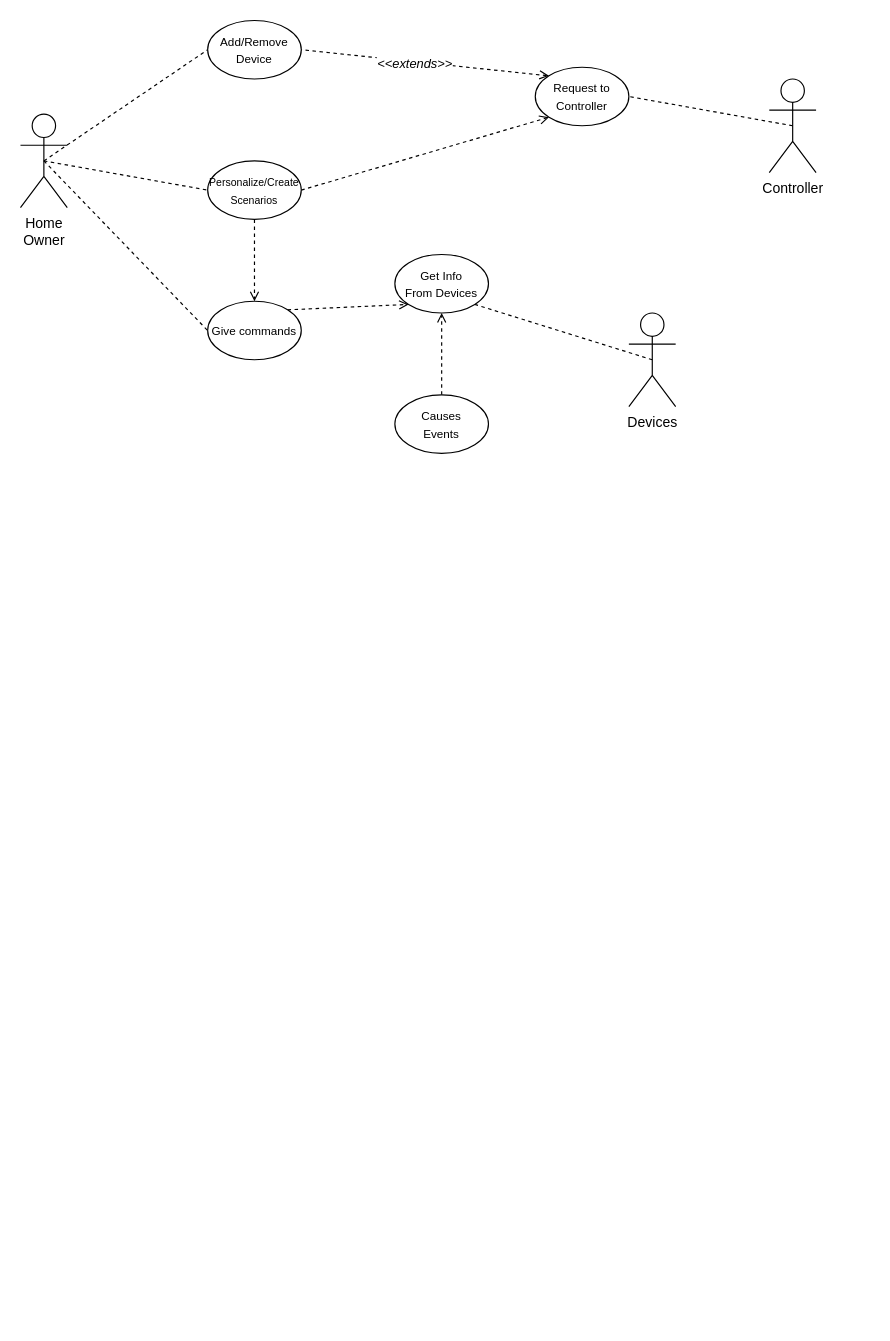
BoredDam/smart_home keeps this draw.io diagram as uml/usecasediagram.drawio. Above is the earlier version. Source tidied: cells renumbered, new cells numbered last; positions are measured from the earlier drawing's top-left corner, leaving out a move shared by most shapes. Both pictures are drawn from the tidied source at 117%, with x=0, y=0 at pixel (20, 20).
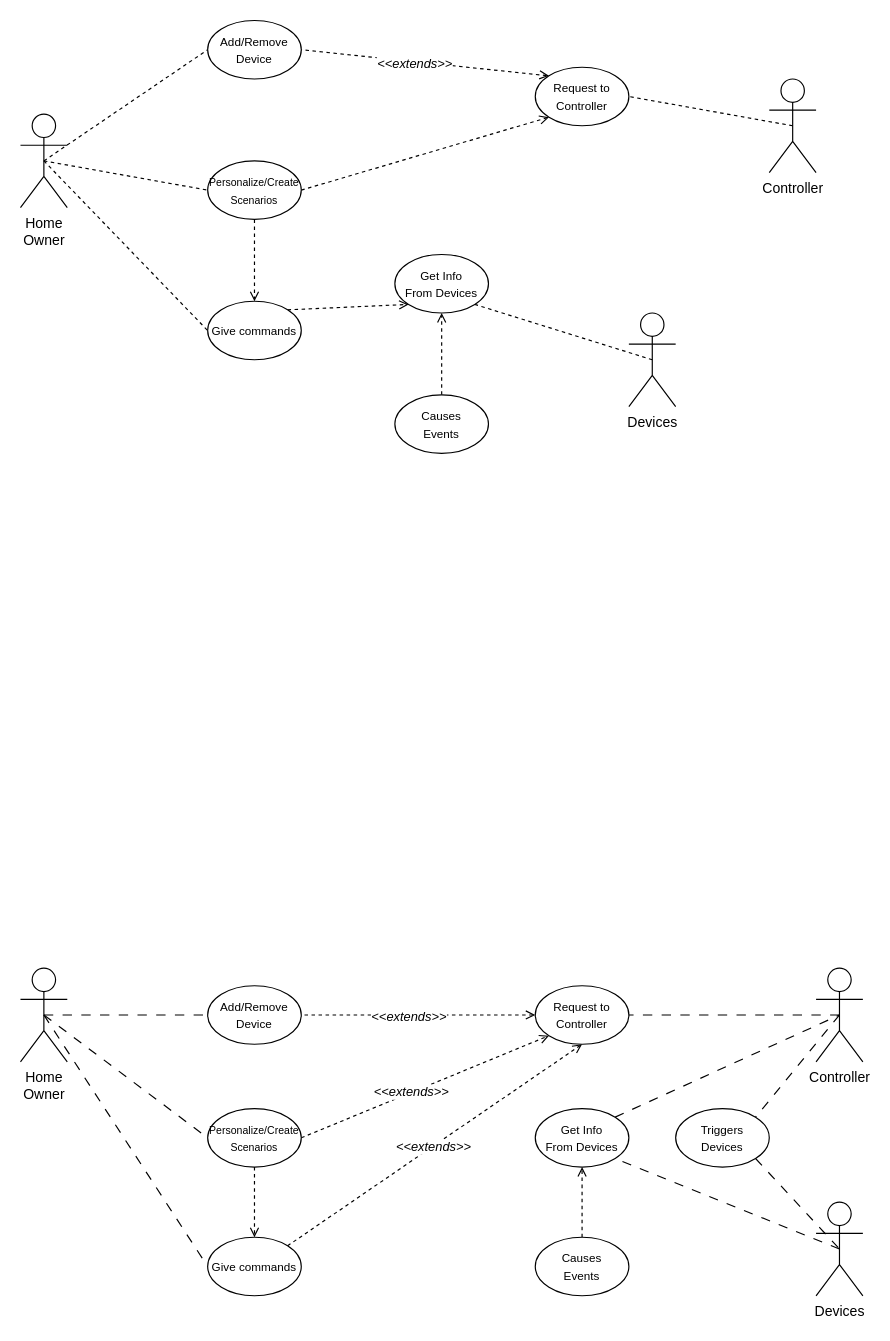
After the change.

Change to the diagram source:
```diff
@@
+    <mxCell id="22" style="rounded=0;jettySize=auto;html=1;exitX=0.5;exitY=0.5;exitDx=0;exitDy=0;exitPerimeter=0;entryX=0;entryY=0.5;entryDx=0;entryDy=0;endArrow=none;startFill=0;dashed=1;endFill=0;dashPattern=8 8;" parent="1" edge="1" source="23" target="29">
+      <mxGeometry relative="1" as="geometry" />
+    </mxCell>
+    <mxCell id="23" value="Home&lt;div&gt;Owner&lt;/div&gt;" style="shape=umlActor;verticalLabelPosition=bottom;verticalAlign=top;html=1;outlineConnect=0;" parent="1" vertex="1">
+      <mxGeometry y="810" width="40" height="80" as="geometry" />
+    </mxCell>
+    <mxCell id="24" style="rounded=0;jettySize=auto;html=1;exitX=0.5;exitY=0.5;exitDx=0;exitDy=0;exitPerimeter=0;entryX=1;entryY=0.5;entryDx=0;entryDy=0;endArrow=none;startFill=0;dashed=1;dashPattern=8 8;" parent="1" edge="1" source="26" target="41">
+      <mxGeometry relative="1" as="geometry" />
+    </mxCell>
+    <mxCell id="25" style="rounded=0;jettySize=auto;html=1;exitX=0.5;exitY=0.5;exitDx=0;exitDy=0;exitPerimeter=0;entryX=1;entryY=0;entryDx=0;entryDy=0;endArrow=none;startFill=0;dashed=1;dashPattern=8 8;" parent="1" edge="1" source="26" target="46">
+      <mxGeometry relative="1" as="geometry" />
+    </mxCell>
+    <mxCell id="26" value="Controller" style="shape=umlActor;verticalLabelPosition=bottom;verticalAlign=top;html=1;outlineConnect=0;" parent="1" vertex="1">
+      <mxGeometry x="680" y="810" width="40" height="80" as="geometry" />
+    </mxCell>
+    <mxCell id="27" style="rounded=0;jettySize=auto;html=1;exitX=0.5;exitY=0.5;exitDx=0;exitDy=0;exitPerimeter=0;entryX=1;entryY=1;entryDx=0;entryDy=0;dashed=1;endArrow=none;startFill=0;dashPattern=8 8;" parent="1" edge="1" source="28" target="42">
+      <mxGeometry relative="1" as="geometry" />
+    </mxCell>
+    <mxCell id="28" value="Devices" style="shape=umlActor;verticalLabelPosition=bottom;verticalAlign=top;html=1;outlineConnect=0;" parent="1" vertex="1">
+      <mxGeometry x="680" y="1010" width="40" height="80" as="geometry" />
+    </mxCell>
+    <mxCell id="29" value="&lt;font style=&quot;font-size: 10px;&quot;&gt;Add/Remove&lt;/font&gt;&lt;div&gt;&lt;font style=&quot;font-size: 10px;&quot;&gt;Device&lt;/font&gt;&lt;/div&gt;" style="ellipse;whiteSpace=wrap;html=1;" parent="1" vertex="1">
+      <mxGeometry x="160" y="825" width="80" height="50" as="geometry" />
+    </mxCell>
+    <mxCell id="30" style="rounded=0;jettySize=auto;html=1;entryX=0;entryY=0.5;entryDx=0;entryDy=0;endArrow=none;startFill=0;dashed=1;exitX=0.5;exitY=0.5;exitDx=0;exitDy=0;exitPerimeter=0;dashPattern=8 8;" parent="1" edge="1" source="23" target="34">
+      <mxGeometry relative="1" as="geometry" />
+    </mxCell>
+    <mxCell id="31" style="edgeStyle=orthogonalEdgeStyle;rounded=0;jettySize=auto;html=1;exitX=0.5;exitY=1;exitDx=0;exitDy=0;entryX=0.5;entryY=0;entryDx=0;entryDy=0;dashed=1;endArrow=open;endFill=0;" parent="1" edge="1" source="34" target="38">
+      <mxGeometry relative="1" as="geometry" />
+    </mxCell>
+    <mxCell id="32" style="rounded=0;jettySize=auto;html=1;exitX=1;exitY=0.5;exitDx=0;exitDy=0;entryX=0;entryY=1;entryDx=0;entryDy=0;dashed=1;endArrow=open;endFill=0;" parent="1" edge="1" source="34" target="41">
+      <mxGeometry relative="1" as="geometry" />
+    </mxCell>
+    <mxCell id="33" value="&lt;i&gt;&amp;lt;&amp;lt;extends&amp;gt;&amp;gt;&lt;/i&gt;" style="edgeLabel;html=1;align=center;verticalAlign=middle;" parent="32" vertex="1">
+      <mxGeometry x="-0.11" y="1" relative="1" as="geometry" />
+    </mxCell>
+    <mxCell id="34" value="&lt;font style=&quot;font-size: 9px;&quot;&gt;&lt;font style=&quot;&quot;&gt;Personalize/&lt;/font&gt;&lt;span style=&quot;background-color: transparent; color: light-dark(rgb(0, 0, 0), rgb(255, 255, 255));&quot;&gt;Create&lt;/span&gt;&lt;/font&gt;&lt;div&gt;&lt;font style=&quot;font-size: 9px;&quot;&gt;Scenarios&lt;/font&gt;&lt;/div&gt;" style="ellipse;whiteSpace=wrap;html=1;" parent="1" vertex="1">
+      <mxGeometry x="160" y="930" width="80" height="50" as="geometry" />
+    </mxCell>
+    <mxCell id="35" style="rounded=0;jettySize=auto;html=1;entryX=0;entryY=0.5;entryDx=0;entryDy=0;endArrow=none;startFill=0;dashed=1;exitX=0.5;exitY=0.5;exitDx=0;exitDy=0;exitPerimeter=0;dashPattern=8 8;" parent="1" edge="1" source="23" target="38">
+      <mxGeometry relative="1" as="geometry" />
+    </mxCell>
+    <mxCell id="36" style="rounded=0;jettySize=auto;html=1;exitX=1;exitY=0;exitDx=0;exitDy=0;entryX=0.5;entryY=1;entryDx=0;entryDy=0;dashed=1;endArrow=open;endFill=0;" parent="1" edge="1" source="38" target="41">
+      <mxGeometry relative="1" as="geometry" />
+    </mxCell>
+    <mxCell id="37" value="&lt;i&gt;&amp;lt;&amp;lt;extends&amp;gt;&amp;gt;&lt;/i&gt;" style="edgeLabel;html=1;align=center;verticalAlign=middle;" parent="36" vertex="1">
+      <mxGeometry x="-0.01" relative="1" as="geometry" />
+    </mxCell>
+    <mxCell id="38" value="&lt;font size=&quot;1&quot;&gt;Give commands&lt;/font&gt;" style="ellipse;whiteSpace=wrap;html=1;" parent="1" vertex="1">
+      <mxGeometry x="160" y="1040" width="80" height="50" as="geometry" />
+    </mxCell>
+    <mxCell id="39" style="rounded=0;jettySize=auto;html=1;exitX=0;exitY=0.5;exitDx=0;exitDy=0;entryX=1;entryY=0.5;entryDx=0;entryDy=0;dashed=1;endArrow=none;endFill=0;startArrow=open;startFill=0;" parent="1" edge="1" source="41" target="29">
+      <mxGeometry relative="1" as="geometry" />
+    </mxCell>
+    <mxCell id="40" value="&lt;i&gt;&amp;lt;&amp;lt;extends&amp;gt;&amp;gt;&lt;/i&gt;" style="edgeLabel;html=1;align=center;verticalAlign=middle;" parent="39" vertex="1">
+      <mxGeometry x="0.09" y="1" relative="1" as="geometry" />
+    </mxCell>
+    <mxCell id="41" value="&lt;font size=&quot;1&quot;&gt;Request to Controller&lt;/font&gt;" style="ellipse;whiteSpace=wrap;html=1;" parent="1" vertex="1">
+      <mxGeometry x="440" y="825" width="80" height="50" as="geometry" />
+    </mxCell>
+    <mxCell id="42" value="&lt;font size=&quot;1&quot;&gt;Get Info&lt;/font&gt;&lt;div&gt;&lt;font size=&quot;1&quot;&gt;From Devices&lt;/font&gt;&lt;/div&gt;" style="ellipse;whiteSpace=wrap;html=1;" parent="1" vertex="1">
+      <mxGeometry x="440" y="930" width="80" height="50" as="geometry" />
+    </mxCell>
+    <mxCell id="43" style="rounded=0;jettySize=auto;html=1;exitX=0.5;exitY=0;exitDx=0;exitDy=0;entryX=0.5;entryY=1;entryDx=0;entryDy=0;dashed=1;endArrow=open;endFill=0;" parent="1" edge="1" source="44" target="42">
+      <mxGeometry relative="1" as="geometry" />
+    </mxCell>
+    <mxCell id="44" value="&lt;font size=&quot;1&quot;&gt;Causes&lt;/font&gt;&lt;div&gt;&lt;font size=&quot;1&quot;&gt;Events&lt;/font&gt;&lt;/div&gt;" style="ellipse;whiteSpace=wrap;html=1;" parent="1" vertex="1">
+      <mxGeometry x="440" y="1040" width="80" height="50" as="geometry" />
+    </mxCell>
+    <mxCell id="45" style="rounded=0;jettySize=auto;html=1;exitX=1;exitY=0;exitDx=0;exitDy=0;entryX=0.5;entryY=0.5;entryDx=0;entryDy=0;entryPerimeter=0;endArrow=none;startFill=0;dashed=1;dashPattern=8 8;" parent="1" edge="1" source="42" target="26">
+      <mxGeometry relative="1" as="geometry" />
+    </mxCell>
+    <mxCell id="46" value="&lt;font size=&quot;1&quot;&gt;Triggers&lt;/font&gt;&lt;div&gt;&lt;span style=&quot;font-size: x-small; background-color: transparent; color: light-dark(rgb(0, 0, 0), rgb(255, 255, 255));&quot;&gt;Devices&lt;/span&gt;&lt;/div&gt;" style="ellipse;whiteSpace=wrap;html=1;" parent="1" vertex="1">
+      <mxGeometry x="560" y="930" width="80" height="50" as="geometry" />
+    </mxCell>
+    <mxCell id="47" style="rounded=0;jettySize=auto;html=1;exitX=1;exitY=1;exitDx=0;exitDy=0;entryX=0.5;entryY=0.5;entryDx=0;entryDy=0;entryPerimeter=0;endArrow=none;startFill=0;dashed=1;dashPattern=8 8;" parent="1" edge="1" source="46" target="28">
+      <mxGeometry relative="1" as="geometry" />
+    </mxCell>
```
